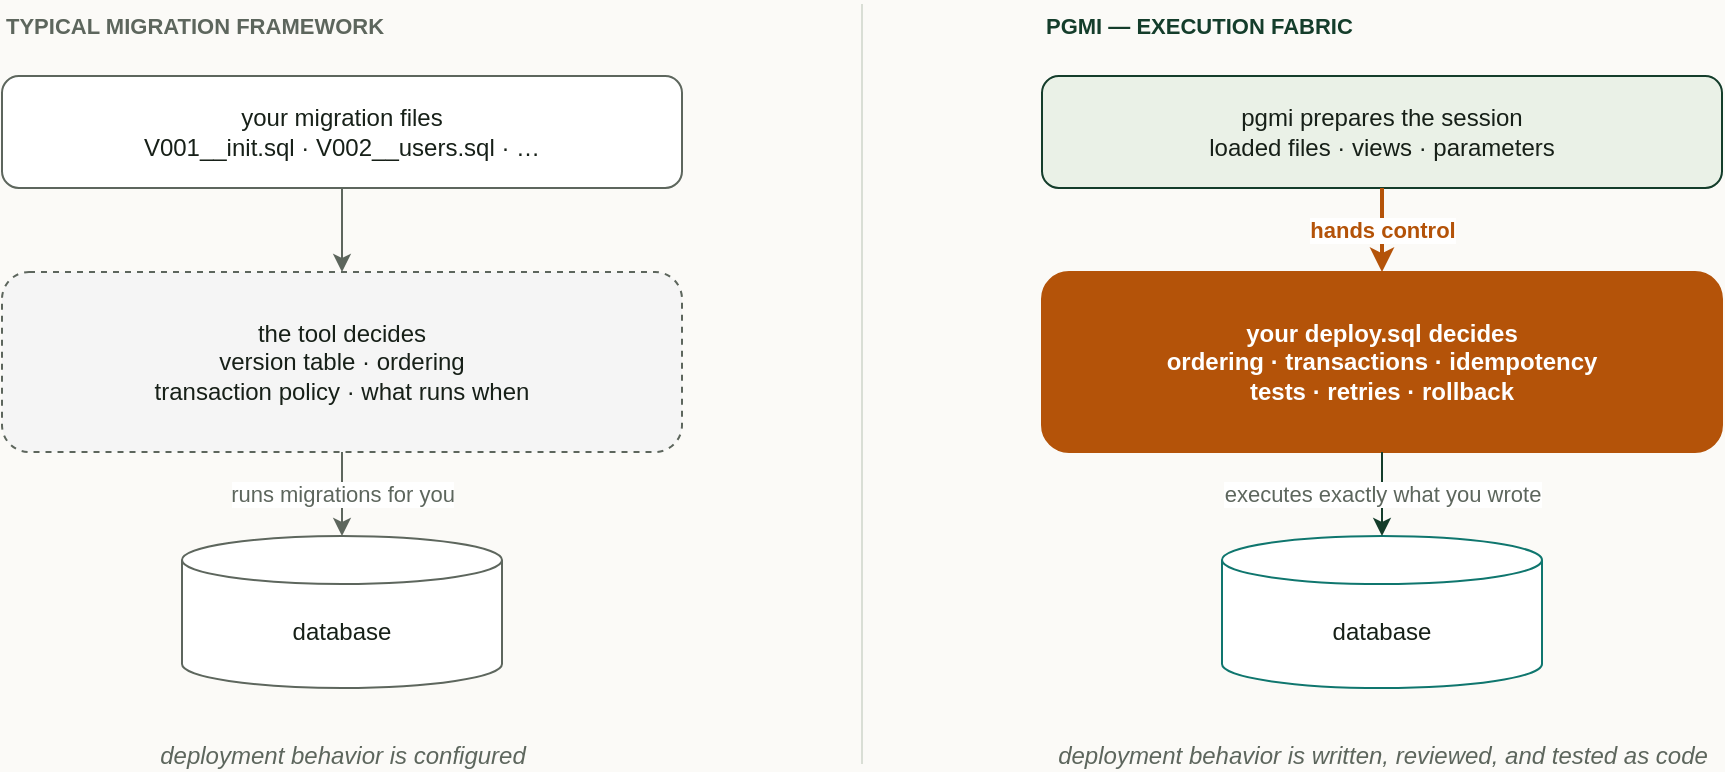
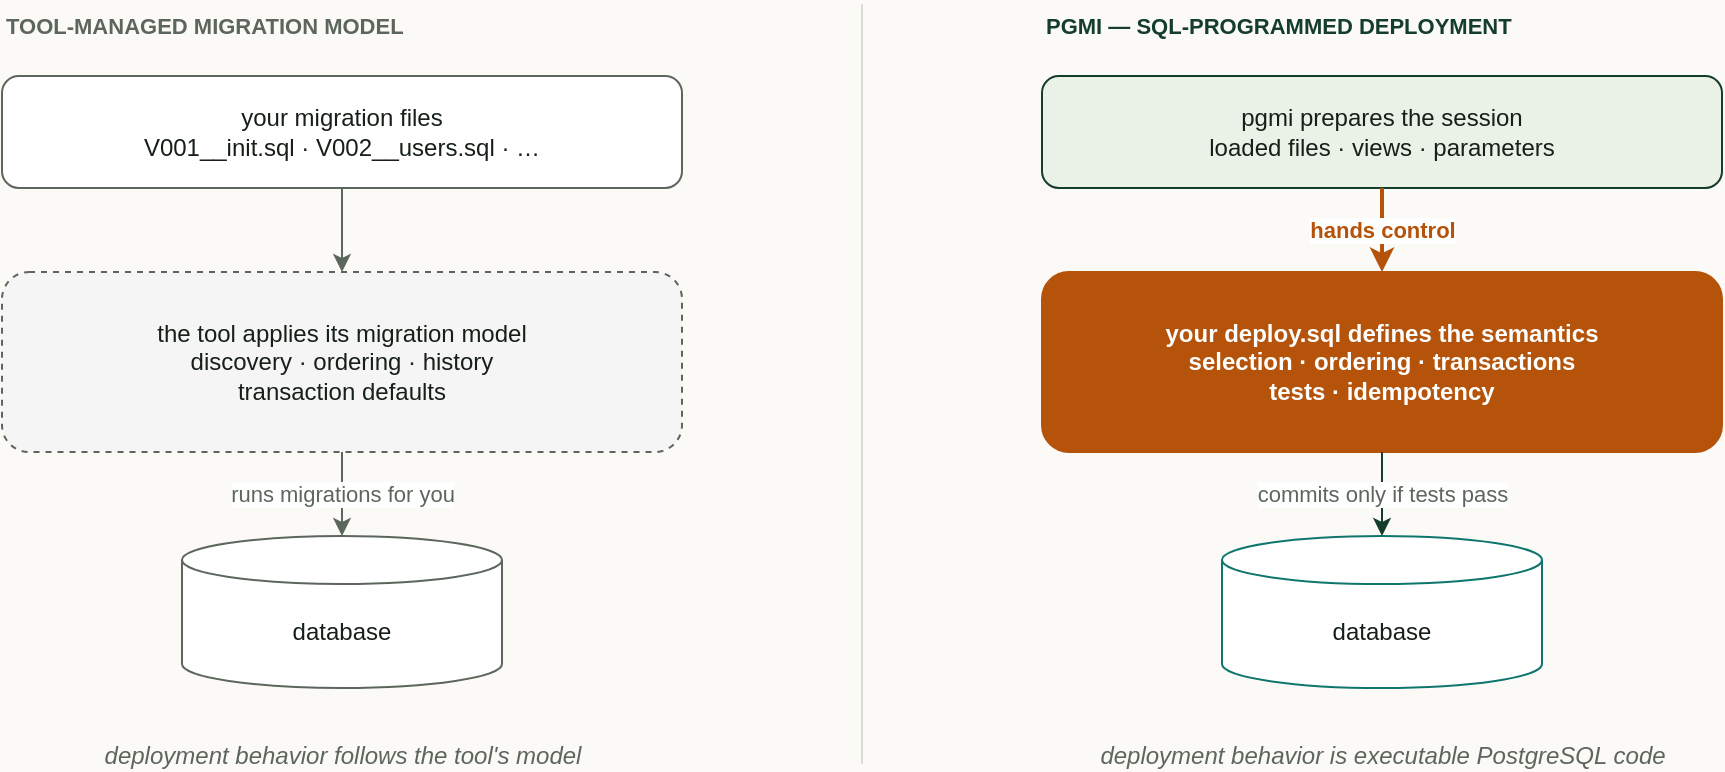
<mxGraphModel adaptiveColors="none" background="#fbfaf7" grid="0" page="1" pageWidth="980" pageHeight="440">
  <root>
    <mxCell id="0" />
    <mxCell id="1" parent="0" />
-     <mxCell id="lblL" value="TYPICAL MIGRATION FRAMEWORK" style="text;html=1;align=left;fontStyle=1;fontSize=11;fontColor=#5d665d;" vertex="1" parent="1"><mxGeometry x="60" y="28" width="300" height="20" as="geometry" /></mxCell>
-     <mxCell id="lblR" value="PGMI — EXECUTION FABRIC" style="text;html=1;align=left;fontStyle=1;fontSize=11;fontColor=#143d2b;" vertex="1" parent="1"><mxGeometry x="580" y="28" width="300" height="20" as="geometry" /></mxCell>
+     <mxCell id="lblL" value="TOOL-MANAGED MIGRATION MODEL" style="text;html=1;align=left;fontStyle=1;fontSize=11;fontColor=#5d665d;" vertex="1" parent="1"><mxGeometry x="60" y="28" width="300" height="20" as="geometry" /></mxCell>
+     <mxCell id="lblR" value="PGMI — SQL-PROGRAMMED DEPLOYMENT" style="text;html=1;align=left;fontStyle=1;fontSize=11;fontColor=#143d2b;" vertex="1" parent="1"><mxGeometry x="580" y="28" width="320" height="20" as="geometry" /></mxCell>
    <mxCell id="div" style="html=1;endArrow=none;strokeColor=#d9ded5;" edge="1" parent="1"><mxGeometry relative="1" as="geometry"><mxPoint x="490" y="30" as="sourcePoint" /><mxPoint x="490" y="410" as="targetPoint" /></mxGeometry></mxCell>
    <mxCell id="l1" value="your migration files&#10;V001__init.sql · V002__users.sql · …" style="rounded=1;whiteSpace=wrap;html=1;fillColor=#ffffff;strokeColor=#5d665d;fontColor=#172018;fontSize=12" vertex="1" parent="1"><mxGeometry x="60" y="66" width="340" height="56" as="geometry" /></mxCell>
-     <mxCell id="l2" value="the tool decides&#10;version table · ordering&#10;transaction policy · what runs when" style="rounded=1;whiteSpace=wrap;html=1;fillColor=#f5f5f5;strokeColor=#5d665d;dashed=1;fontColor=#172018;fontSize=12" vertex="1" parent="1"><mxGeometry x="60" y="164" width="340" height="90" as="geometry" /></mxCell>
+     <mxCell id="l2" value="the tool applies its migration model&#10;discovery · ordering · history&#10;transaction defaults" style="rounded=1;whiteSpace=wrap;html=1;fillColor=#f5f5f5;strokeColor=#5d665d;dashed=1;fontColor=#172018;fontSize=12" vertex="1" parent="1"><mxGeometry x="60" y="164" width="340" height="90" as="geometry" /></mxCell>
    <mxCell id="l3" value="database" style="shape=cylinder3;whiteSpace=wrap;html=1;boundedLbl=1;backgroundOutline=1;size=12;fillColor=#ffffff;strokeColor=#5d665d;fontColor=#172018;fontSize=12" vertex="1" parent="1"><mxGeometry x="150" y="296" width="160" height="76" as="geometry" /></mxCell>
    <mxCell id="le1" style="html=1;endArrow=classic;strokeColor=#5d665d;exitX=0.5;exitY=1;entryX=0.5;entryY=0" edge="1" parent="1" source="l1" target="l2"><mxGeometry relative="1" as="geometry" /></mxCell>
    <mxCell id="le2" value="runs migrations for you" style="html=1;endArrow=classic;strokeColor=#5d665d;fontColor=#5d665d;fontSize=11;exitX=0.5;exitY=1;entryX=0.5;entryY=0" edge="1" parent="1" source="l2" target="l3"><mxGeometry relative="1" as="geometry" /></mxCell>
-     <mxCell id="lcap" value="deployment behavior is configured" style="text;html=1;align=center;fontStyle=2;fontSize=12;fontColor=#5d665d;" vertex="1" parent="1"><mxGeometry x="60" y="392" width="340" height="20" as="geometry" /></mxCell>
+     <mxCell id="lcap" value="deployment behavior follows the tool's model" style="text;html=1;align=center;fontStyle=2;fontSize=12;fontColor=#5d665d;" vertex="1" parent="1"><mxGeometry x="60" y="392" width="340" height="20" as="geometry" /></mxCell>
    <mxCell id="r1" value="pgmi prepares the session&#10;loaded files · views · parameters" style="rounded=1;whiteSpace=wrap;html=1;fillColor=#eaf1e7;strokeColor=#143d2b;fontColor=#172018;fontSize=12" vertex="1" parent="1"><mxGeometry x="580" y="66" width="340" height="56" as="geometry" /></mxCell>
-     <mxCell id="r2" value="your deploy.sql decides&#10;ordering · transactions · idempotency&#10;tests · retries · rollback" style="rounded=1;whiteSpace=wrap;html=1;fillColor=#b45309;strokeColor=#b45309;fontColor=#ffffff;fontStyle=1;fontSize=12" vertex="1" parent="1"><mxGeometry x="580" y="164" width="340" height="90" as="geometry" /></mxCell>
+     <mxCell id="r2" value="your deploy.sql defines the semantics&#10;selection · ordering · transactions&#10;tests · idempotency" style="rounded=1;whiteSpace=wrap;html=1;fillColor=#b45309;strokeColor=#b45309;fontColor=#ffffff;fontStyle=1;fontSize=12" vertex="1" parent="1"><mxGeometry x="580" y="164" width="340" height="90" as="geometry" /></mxCell>
    <mxCell id="r3" value="database" style="shape=cylinder3;whiteSpace=wrap;html=1;boundedLbl=1;backgroundOutline=1;size=12;fillColor=#ffffff;strokeColor=#0f766e;fontColor=#172018;fontSize=12" vertex="1" parent="1"><mxGeometry x="670" y="296" width="160" height="76" as="geometry" /></mxCell>
    <mxCell id="re1" value="hands control" style="html=1;endArrow=classic;strokeColor=#b45309;strokeWidth=2;fontColor=#b45309;fontStyle=1;fontSize=11;exitX=0.5;exitY=1;entryX=0.5;entryY=0" edge="1" parent="1" source="r1" target="r2"><mxGeometry relative="1" as="geometry" /></mxCell>
-     <mxCell id="re2" value="executes exactly what you wrote" style="html=1;endArrow=classic;strokeColor=#143d2b;fontColor=#5d665d;fontSize=11;exitX=0.5;exitY=1;entryX=0.5;entryY=0" edge="1" parent="1" source="r2" target="r3"><mxGeometry relative="1" as="geometry" /></mxCell>
-     <mxCell id="rcap" value="deployment behavior is written, reviewed, and tested as code" style="text;html=1;align=center;fontStyle=2;fontSize=12;fontColor=#5d665d;" vertex="1" parent="1"><mxGeometry x="580" y="392" width="340" height="20" as="geometry" /></mxCell>
+     <mxCell id="re2" value="commits only if tests pass" style="html=1;endArrow=classic;strokeColor=#143d2b;fontColor=#5d665d;fontSize=11;exitX=0.5;exitY=1;entryX=0.5;entryY=0" edge="1" parent="1" source="r2" target="r3"><mxGeometry relative="1" as="geometry" /></mxCell>
+     <mxCell id="rcap" value="deployment behavior is executable PostgreSQL code" style="text;html=1;align=center;fontStyle=2;fontSize=12;fontColor=#5d665d;" vertex="1" parent="1"><mxGeometry x="580" y="392" width="340" height="20" as="geometry" /></mxCell>
  </root>
</mxGraphModel>
